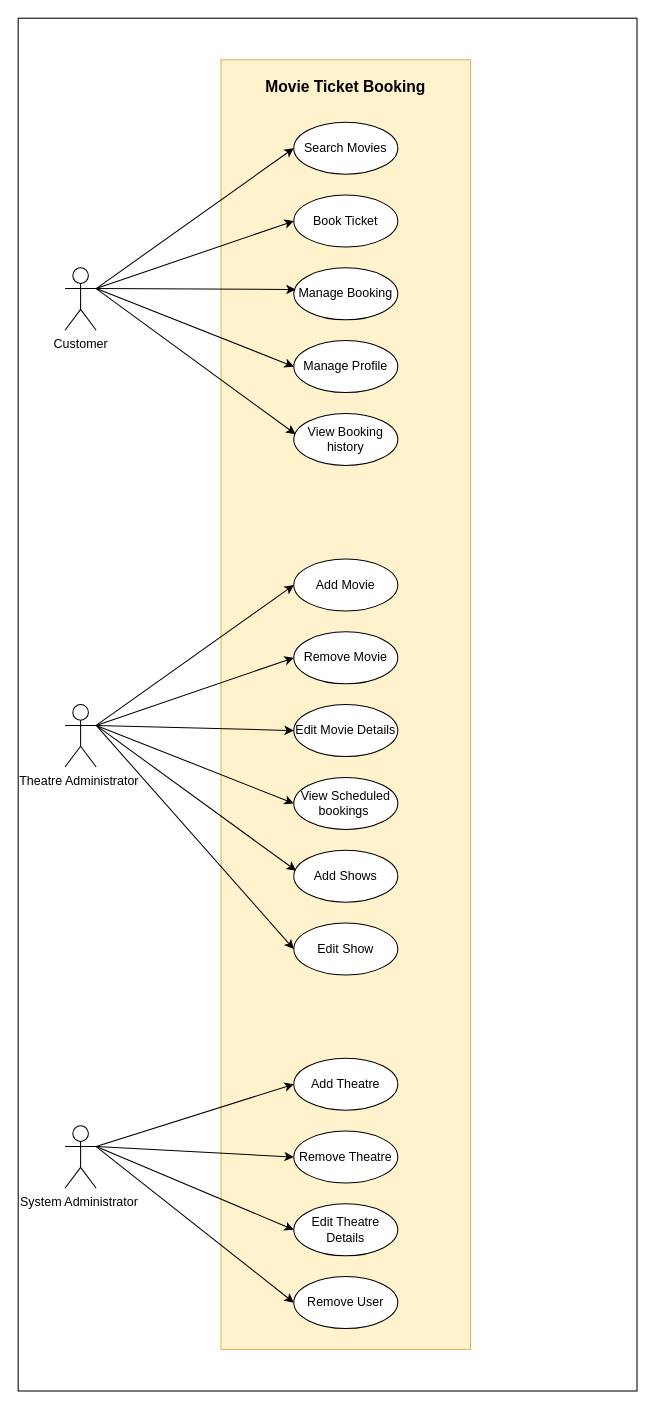
Before: page "Page-1" (1 of 2) of usecase diagram.drawio in abhihksd/MovieBookingWebsite, a draw.io diagram. Source tidied: cells renumbered, new cells numbered last; positions are measured from the earlier drawing's top-left corner, leaving out a move shared by most shapes. Both pictures are drawn from the tidied source at 104%, with x=0, y=0 at pixel (18, 18).
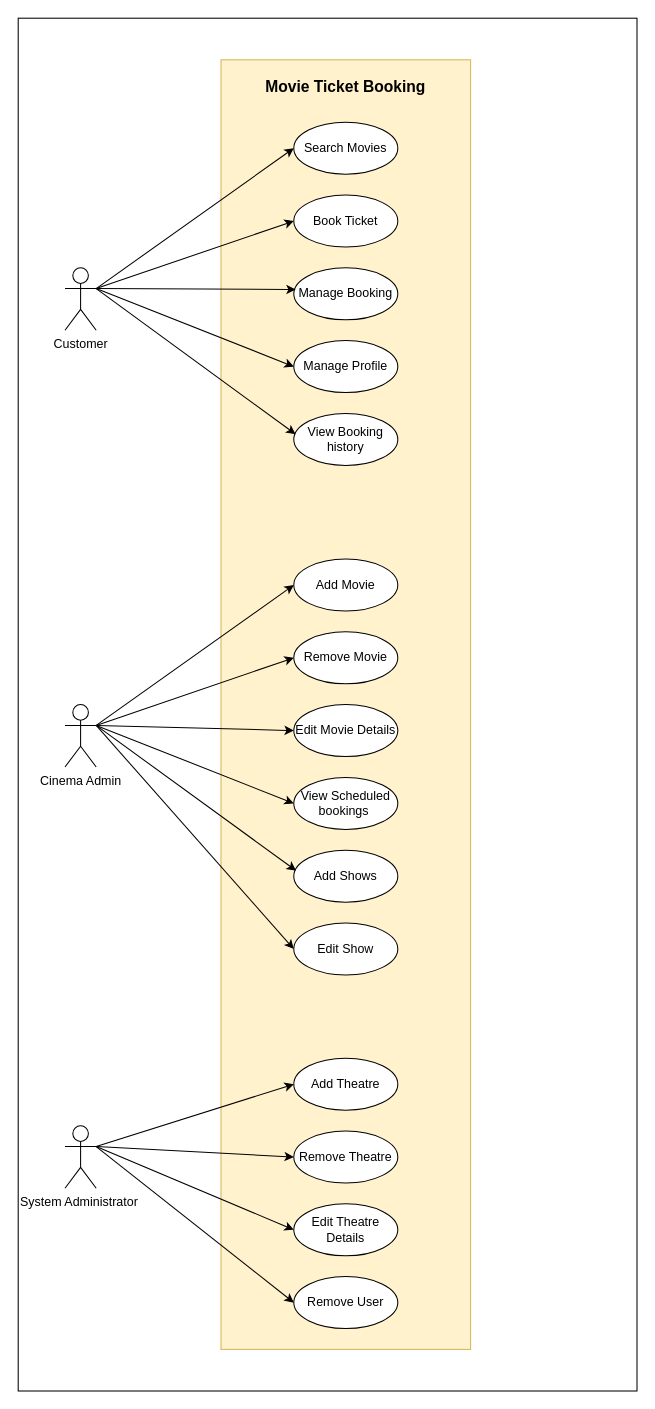
After the change.

Change to the diagram source:
```diff
@@
-    <mxCell id="16" value="Theatre Administrator&amp;nbsp;" style="shape=umlActor;verticalLabelPosition=bottom;verticalAlign=top;html=1;outlineConnect=0;" parent="1" vertex="1">
+    <mxCell id="16" value="Cinema Admin" style="shape=umlActor;verticalLabelPosition=bottom;verticalAlign=top;html=1;outlineConnect=0;" parent="1" vertex="1">
       <mxGeometry x="45" y="660" width="30" height="60" as="geometry" />
     </mxCell>
```
